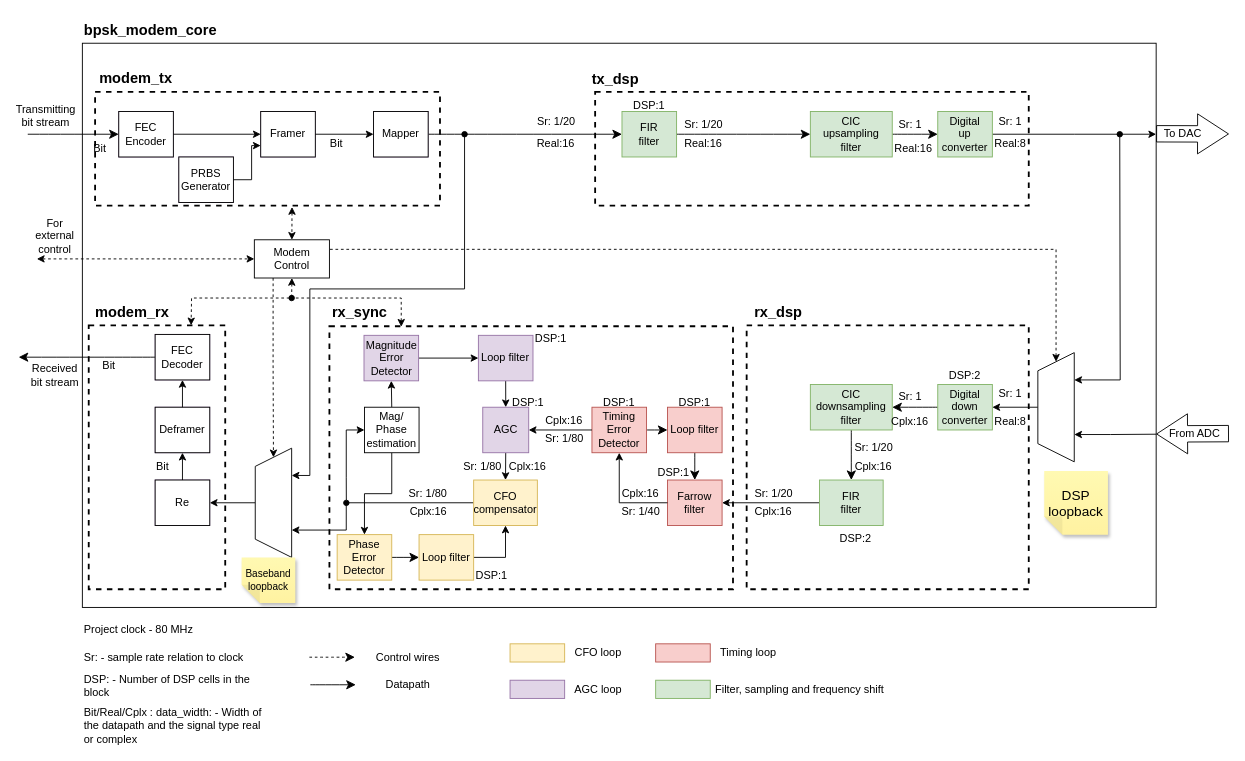
Vitas95/bpsk-modem keeps this draw.io diagram as docs/bpsk_modem.drawio. Above is the earlier version. Source tidied: cells renumbered, new cells numbered last; positions are measured from the earlier drawing's top-left corner, leaving out a move shared by most shapes. Both pictures are drawn from the tidied source at 91%, with x=0, y=0 at pixel (18, 15).
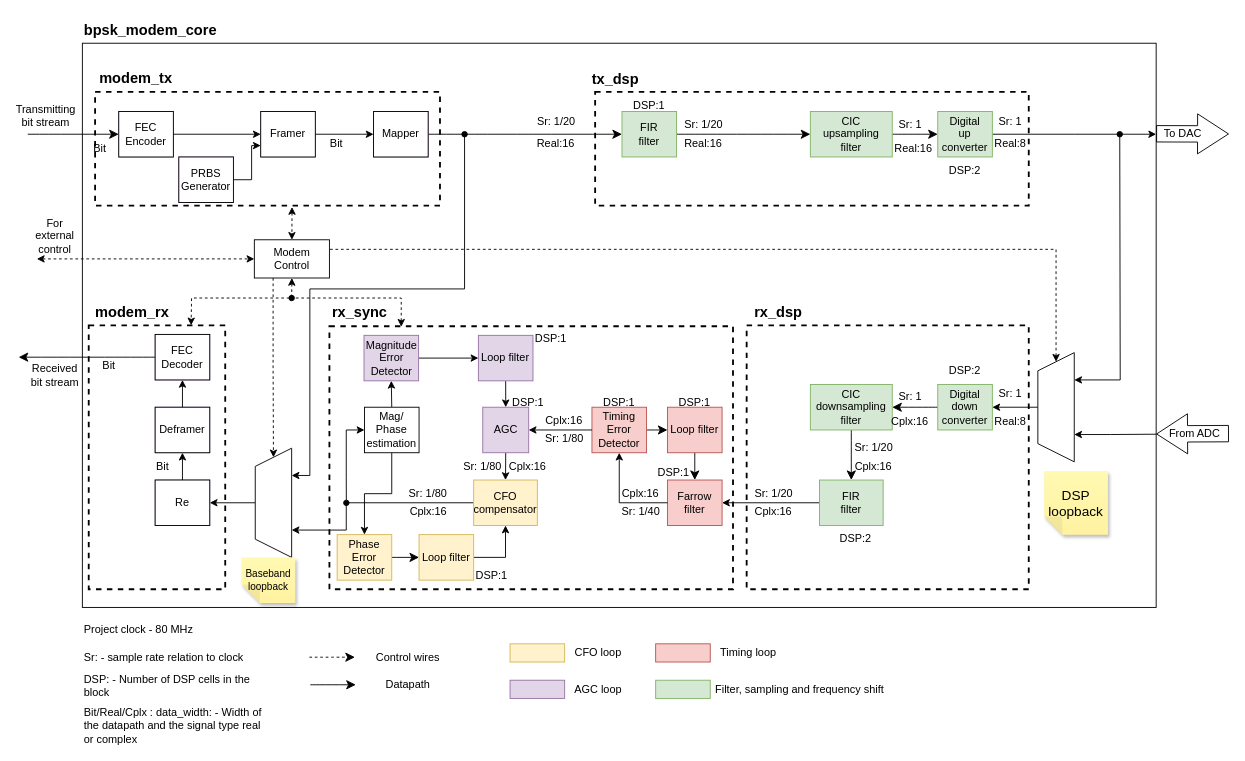
After the change.

What changed in the source:
```diff
@@
     <mxCell id="109" value="DSP:2" style="text;html=1;whiteSpace=wrap;strokeColor=none;fillColor=none;align=center;verticalAlign=middle;rounded=0;" parent="36" vertex="1">
-      <mxGeometry x="1010" y="380" width="60" height="30" as="geometry" />
+      <mxGeometry x="1010" y="155" width="60" height="30" as="geometry" />
     </mxCell>
@@
+    <mxCell id="150" value="DSP:2" style="text;html=1;whiteSpace=wrap;strokeColor=none;fillColor=none;align=center;verticalAlign=middle;rounded=0;" parent="36" vertex="1">
+      <mxGeometry x="1010" y="375" width="60" height="30" as="geometry" />
+    </mxCell>
```
